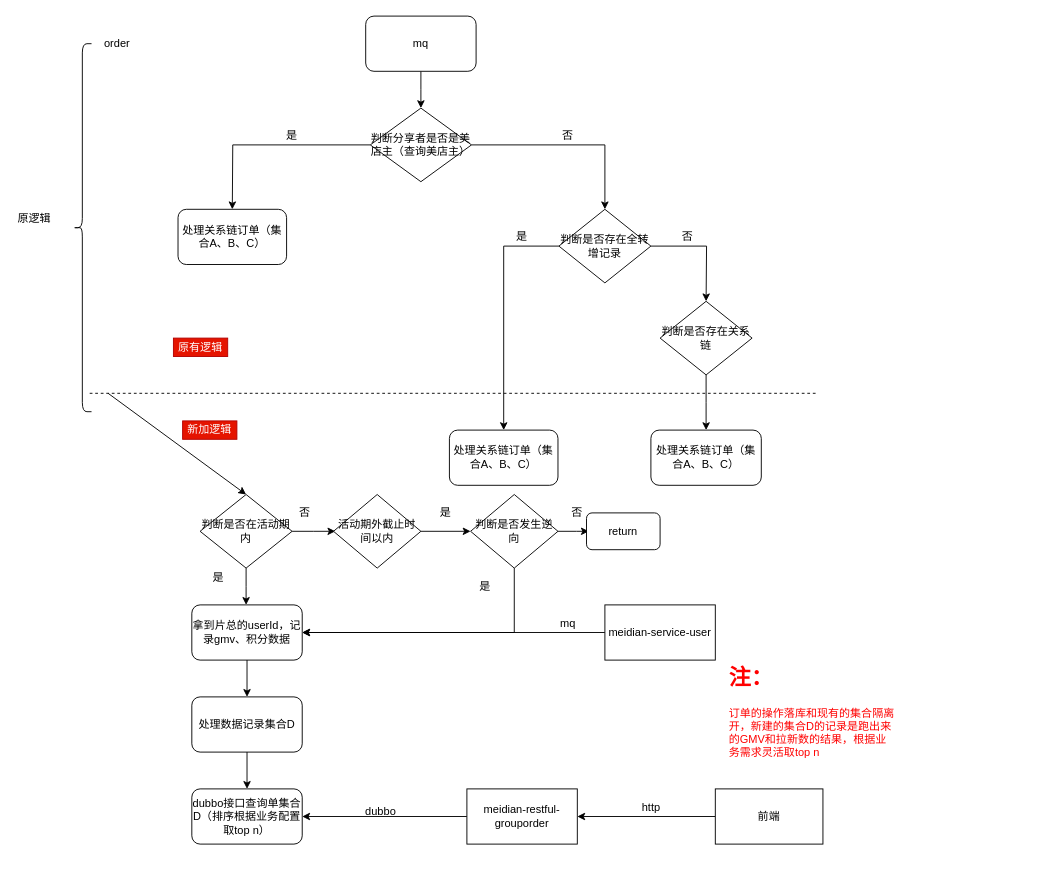
This is Untitled Diagram.drawio from Itxiaopao/viewFloder, a draw.io file, before an edit. Source tidied: cells renumbered, new cells numbered last; positions are measured from the earlier drawing's top-left corner, leaving out a move shared by most shapes. Both pictures are drawn from the tidied source at 92%, with x=0, y=0 at pixel (16, 16).
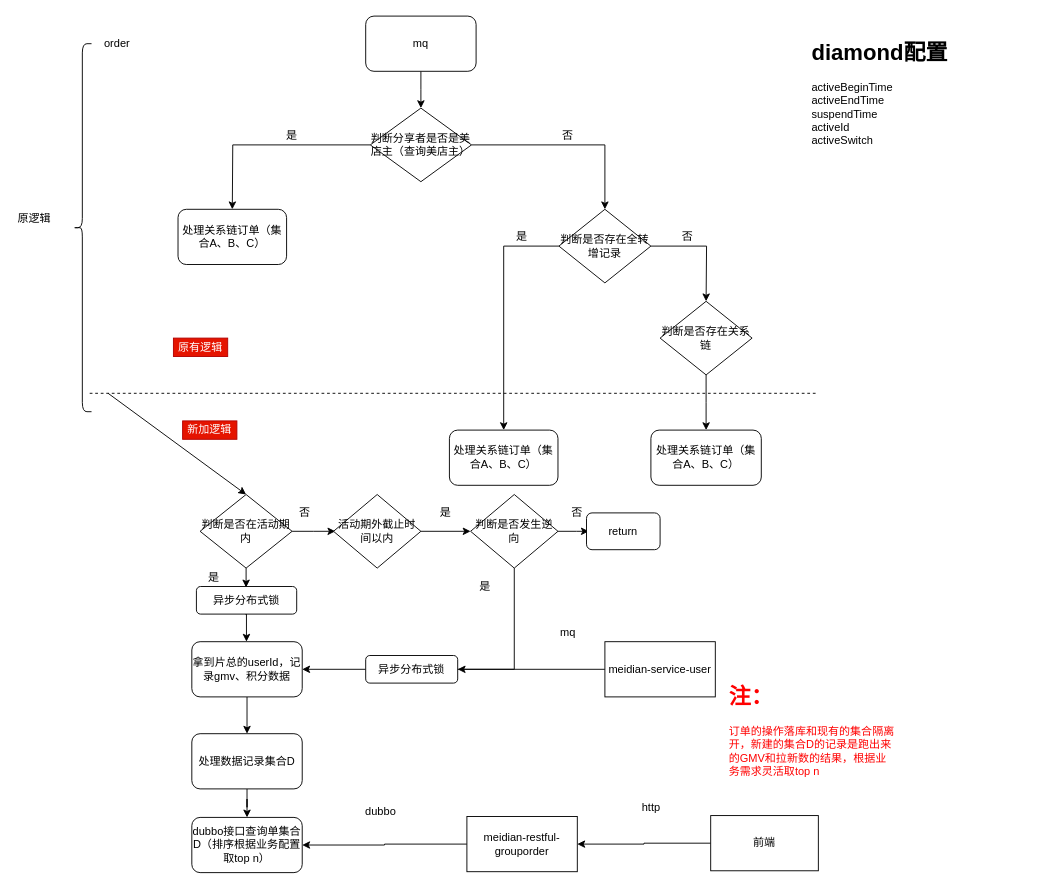
The same diagram, later.

The change refers to these unchanged cells:
```xml
<mxCell id="24" value="判断是否在活动期内" style="rhombus;whiteSpace=wrap;html=1;" parent="1" vertex="1">
  <mxGeometry x="200" y="520" width="100" height="80" as="geometry" />
</mxCell>
<mxCell id="46" value="判断是否发生逆向" style="rhombus;whiteSpace=wrap;html=1;" parent="1" vertex="1">
  <mxGeometry x="494" y="520" width="95" height="80" as="geometry" />
</mxCell>
```

What changed in the source:
```diff
@@
     <mxCell id="23" style="edgeStyle=orthogonalEdgeStyle;rounded=0;jettySize=auto;html=1;" parent="1" edge="1" source="24">
       <mxGeometry relative="1" as="geometry">
-        <mxPoint x="250" y="640" as="targetPoint" />
+        <mxPoint x="250" y="621" as="targetPoint" />
       </mxGeometry>
     </mxCell>
@@
     <mxCell id="27" value="拿到片总的userId，记录gmv、积分数据" style="rounded=1;whiteSpace=wrap;html=1;" parent="1" vertex="1">
-      <mxGeometry x="191" y="640" width="120" height="60" as="geometry" />
+      <mxGeometry x="191" y="680" width="120" height="60" as="geometry" />
     </mxCell>
     <mxCell id="28" value="是" style="text;html=1;strokeColor=none;fillColor=none;align=center;verticalAlign=middle;whiteSpace=wrap;rounded=0;" parent="1" vertex="1">
-      <mxGeometry x="200" y="600" width="40" height="20" as="geometry" />
+      <mxGeometry x="195" y="600" width="40" height="20" as="geometry" />
     </mxCell>
@@
     <mxCell id="30" value="处理数据记录集合D" style="rounded=1;whiteSpace=wrap;html=1;" parent="1" vertex="1">
-      <mxGeometry x="191" y="740" width="120" height="60" as="geometry" />
+      <mxGeometry x="191" y="780" width="120" height="60" as="geometry" />
     </mxCell>
     <mxCell id="31" value="dubbo接口查询单集合D（排序根据业务配置取top n）" style="rounded=1;whiteSpace=wrap;html=1;" parent="1" vertex="1">
-      <mxGeometry x="191" y="840" width="120" height="60" as="geometry" />
+      <mxGeometry x="191" y="871" width="120" height="60" as="geometry" />
     </mxCell>
-    <mxCell id="32" style="edgeStyle=orthogonalEdgeStyle;rounded=0;jettySize=auto;html=1;entryX=1;entryY=0.5;entryDx=0;entryDy=0;" parent="1" edge="1" source="33" target="27">
-      <mxGeometry relative="1" as="geometry" />
-    </mxCell>
+    <mxCell id="55" style="edgeStyle=orthogonalEdgeStyle;rounded=0;jettySize=auto;html=1;" parent="1" edge="1" source="33">
+      <mxGeometry relative="1" as="geometry">
+        <mxPoint x="450" y="700" as="targetPoint" />
+        <Array as="points">
+          <mxPoint x="450" y="710" />
+        </Array>
+      </mxGeometry>
+    </mxCell>
     <mxCell id="33" value="meidian-service-user" style="rounded=0;whiteSpace=wrap;html=1;" parent="1" vertex="1">
-      <mxGeometry x="640" y="640" width="120" height="60" as="geometry" />
+      <mxGeometry x="640" y="680" width="120" height="60" as="geometry" />
     </mxCell>
     <mxCell id="34" value="mq" style="text;html=1;strokeColor=none;fillColor=none;align=center;verticalAlign=middle;whiteSpace=wrap;rounded=0;" parent="1" vertex="1">
-      <mxGeometry x="580" y="650" width="40" height="20" as="geometry" />
+      <mxGeometry x="580" y="660" width="40" height="20" as="geometry" />
     </mxCell>
     <mxCell id="35" value="&lt;h1&gt;&lt;font color=&quot;#ff0000&quot;&gt;注：&lt;/font&gt;&lt;/h1&gt;&lt;div&gt;&lt;font color=&quot;#ff0000&quot;&gt;订单的操作落库和现有的集合隔离开，新建的集合D的记录是跑出来的GMV和拉新数的结果，根据业务需求灵活取top n&lt;/font&gt;&lt;/div&gt;" style="text;html=1;strokeColor=none;fillColor=none;spacing=5;spacingTop=-20;whiteSpace=wrap;overflow=hidden;rounded=0;" parent="1" vertex="1">
-      <mxGeometry x="770" y="700" width="190" height="120" as="geometry" />
+      <mxGeometry x="770" y="720" width="190" height="120" as="geometry" />
     </mxCell>
@@
     <mxCell id="37" value="meidian-restful-grouporder" style="rounded=0;whiteSpace=wrap;html=1;" parent="1" vertex="1">
-      <mxGeometry x="490" y="840" width="120" height="60" as="geometry" />
+      <mxGeometry x="490" y="870" width="120" height="60" as="geometry" />
     </mxCell>
@@
     <mxCell id="40" value="前端" style="rounded=0;whiteSpace=wrap;html=1;" parent="1" vertex="1">
-      <mxGeometry x="760" y="840" width="117" height="60" as="geometry" />
+      <mxGeometry x="755" y="869" width="117" height="60" as="geometry" />
     </mxCell>
@@
-    <mxCell id="44" style="edgeStyle=orthogonalEdgeStyle;rounded=0;jettySize=auto;html=1;entryX=1;entryY=0.5;entryDx=0;entryDy=0;" parent="1" edge="1" source="46" target="27">
+    <mxCell id="44" style="edgeStyle=orthogonalEdgeStyle;rounded=0;jettySize=auto;html=1;entryX=1;entryY=0.5;entryDx=0;entryDy=0;" parent="1" edge="1" source="46" target="60">
       <mxGeometry relative="1" as="geometry">
         <Array as="points">
-          <mxPoint x="542" y="670" />
+          <mxPoint x="542" y="710" />
+          <mxPoint x="480" y="710" />
         </Array>
       </mxGeometry>
     </mxCell>
@@
+    <mxCell id="56" value="&lt;h1&gt;diamond配置&lt;/h1&gt;&lt;div&gt;activeBeginTime&amp;nbsp;&lt;/div&gt;&lt;div&gt;activeEndTime&lt;/div&gt;&lt;div&gt;suspendTime&lt;br&gt;&lt;/div&gt;&lt;div&gt;activeId&lt;/div&gt;&lt;div&gt;activeSwitch&lt;/div&gt;" style="text;html=1;strokeColor=none;fillColor=none;spacing=5;spacingTop=-20;whiteSpace=wrap;overflow=hidden;rounded=0;" parent="1" vertex="1">
+      <mxGeometry x="860" y="20" width="235" height="180" as="geometry" />
+    </mxCell>
+    <mxCell id="57" style="edgeStyle=orthogonalEdgeStyle;rounded=0;orthogonalLoop=1;jettySize=auto;html=1;" parent="1" edge="1">
+      <mxGeometry relative="1" as="geometry">
+        <mxPoint x="249.2" y="650" as="sourcePoint" />
+        <mxPoint x="250.4" y="680" as="targetPoint" />
+      </mxGeometry>
+    </mxCell>
+    <mxCell id="58" value="异步分布式锁" style="rounded=1;whiteSpace=wrap;html=1;" parent="1" vertex="1">
+      <mxGeometry x="196" y="620" width="109" height="30" as="geometry" />
+    </mxCell>
+    <mxCell id="59" style="edgeStyle=orthogonalEdgeStyle;rounded=0;jettySize=auto;html=1;" parent="1" edge="1" source="60" target="27">
+      <mxGeometry relative="1" as="geometry" />
+    </mxCell>
+    <mxCell id="60" value="异步分布式锁" style="rounded=1;whiteSpace=wrap;html=1;" parent="1" vertex="1">
+      <mxGeometry x="380" y="695" width="100" height="30" as="geometry" />
+    </mxCell>
```
